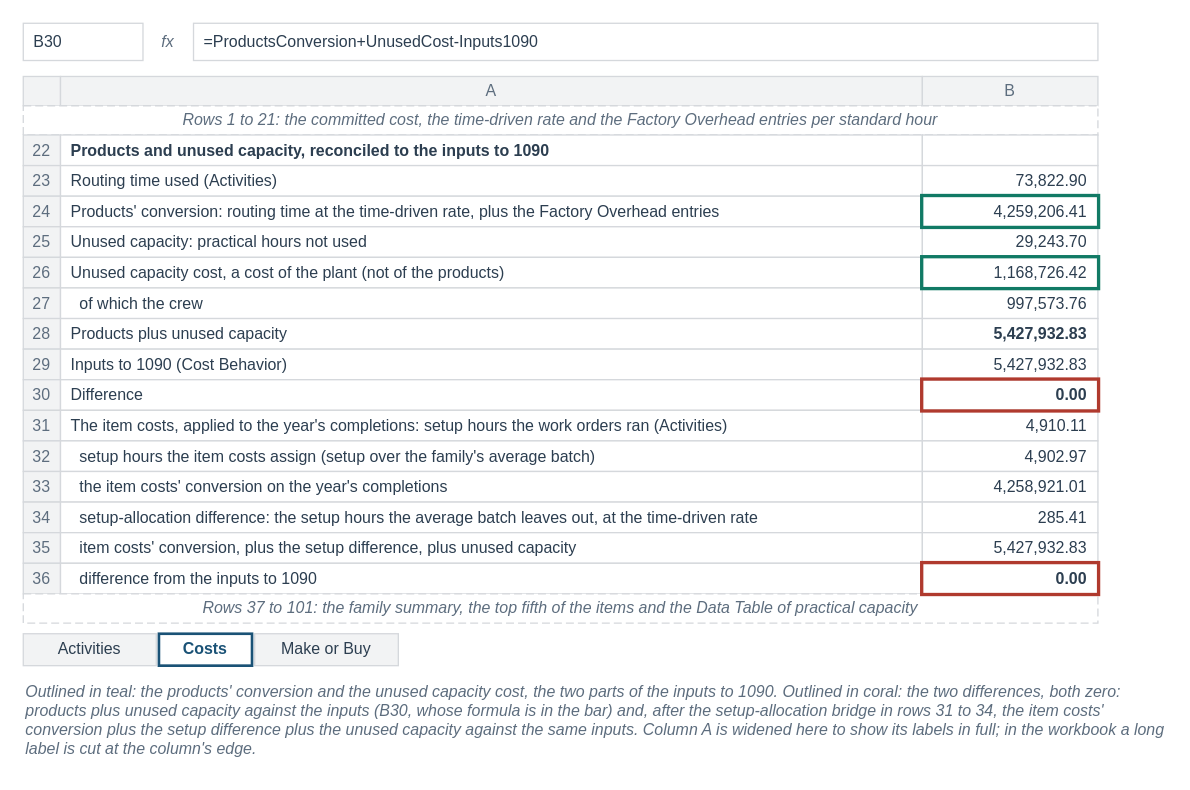
Before: facts/instructor/figures/chapter-18-make-buy-or-reprice/IF-18-4-A.drawio in mmcodesso/Accounting_Analytics_Book, a draw.io diagram. Source tidied: cells renumbered, new cells numbered last; positions are measured from the earlier drawing's top-left corner, leaving out a move shared by most shapes. Both pictures are drawn from the tidied source at 133%, with x=0, y=0 at pixel (23, 23).
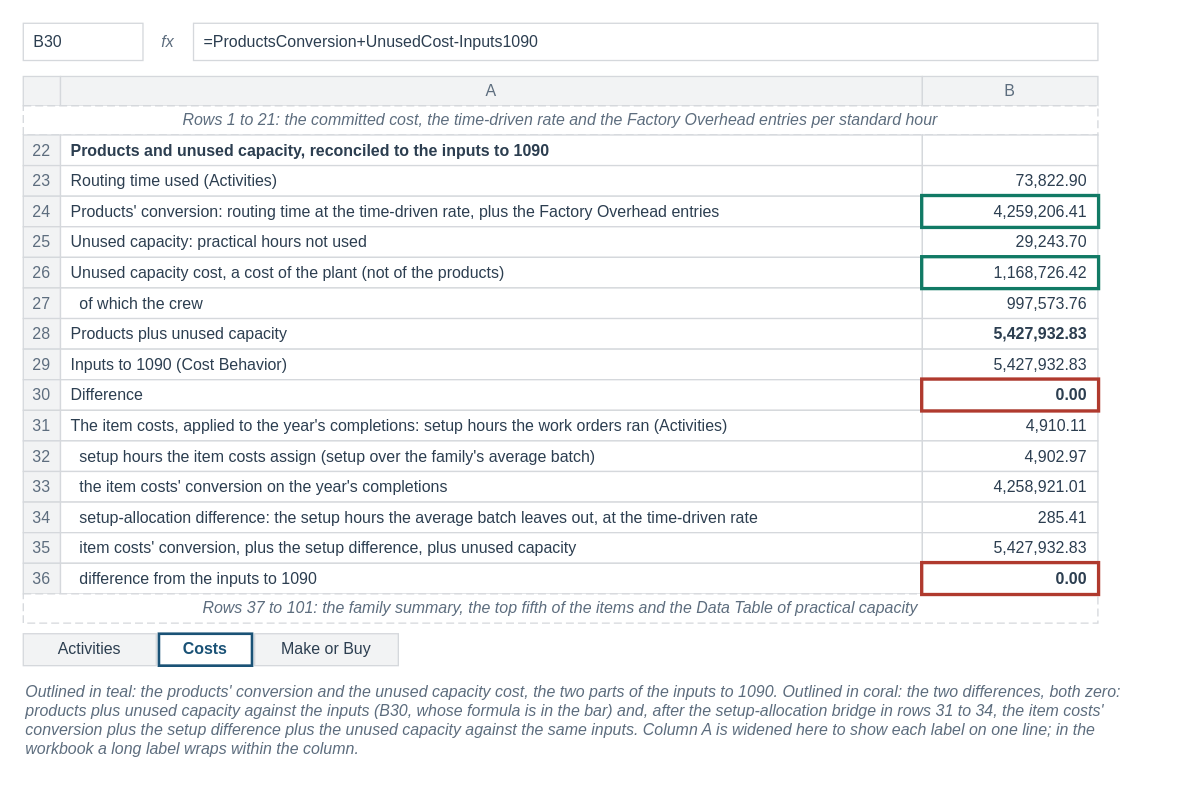
The same diagram, later.

Change to the diagram source:
```diff
@@
-    <mxCell id="59" value="&lt;i&gt;Outlined in teal: the products' conversion and the unused capacity cost, the two parts of the inputs to 1090. Outlined in coral: the two differences, both zero: products plus unused capacity against the inputs (B30, whose formula is in the bar) and, after the setup-allocation bridge in rows 31 to 34, the item costs' conversion plus the setup difference plus the unused capacity against the same inputs. Column A is widened here to show its labels in full; in the workbook a long label is cut at the column's edge.&lt;/i&gt;" style="text;html=1;whiteSpace=wrap;align=left;verticalAlign=top;fontSize=12;fontColor=#5D6D7E;fontStyle=0;fontFamily=Helvetica;spacing=2;fillColor=none;strokeColor=none;" parent="1" vertex="1">
+    <mxCell id="59" value="&lt;i&gt;Outlined in teal: the products' conversion and the unused capacity cost, the two parts of the inputs to 1090. Outlined in coral: the two differences, both zero: products plus unused capacity against the inputs (B30, whose formula is in the bar) and, after the setup-allocation bridge in rows 31 to 34, the item costs' conversion plus the setup difference plus the unused capacity against the same inputs. Column A is widened here to show each label on one line; in the workbook a long label wraps within the column.&lt;/i&gt;" style="text;html=1;whiteSpace=wrap;align=left;verticalAlign=top;fontSize=12;fontColor=#5D6D7E;fontStyle=0;fontFamily=Helvetica;spacing=2;fillColor=none;strokeColor=none;" parent="1" vertex="1">
       <mxGeometry y="489" width="860" height="68" as="geometry" />
     </mxCell>
```
